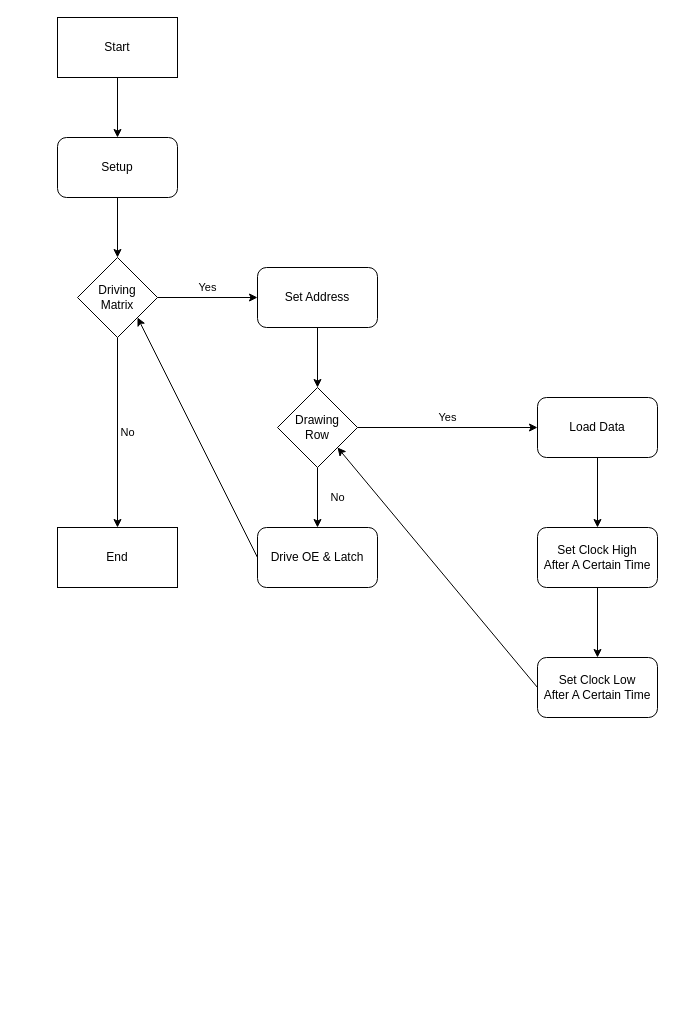
This is page "led_matrix_flowchart" (6 of 7) of doc/led_matrix_controller_design.drawio from Brentem/Led-Matrix-Controller-Brent, a draw.io file, before an edit. Source tidied: cells renumbered, new cells numbered last; positions are measured from the earlier drawing's top-left corner, leaving out a move shared by most shapes. Both pictures are drawn from the tidied source at 100%, with x=0, y=0 at pixel (57, 17).
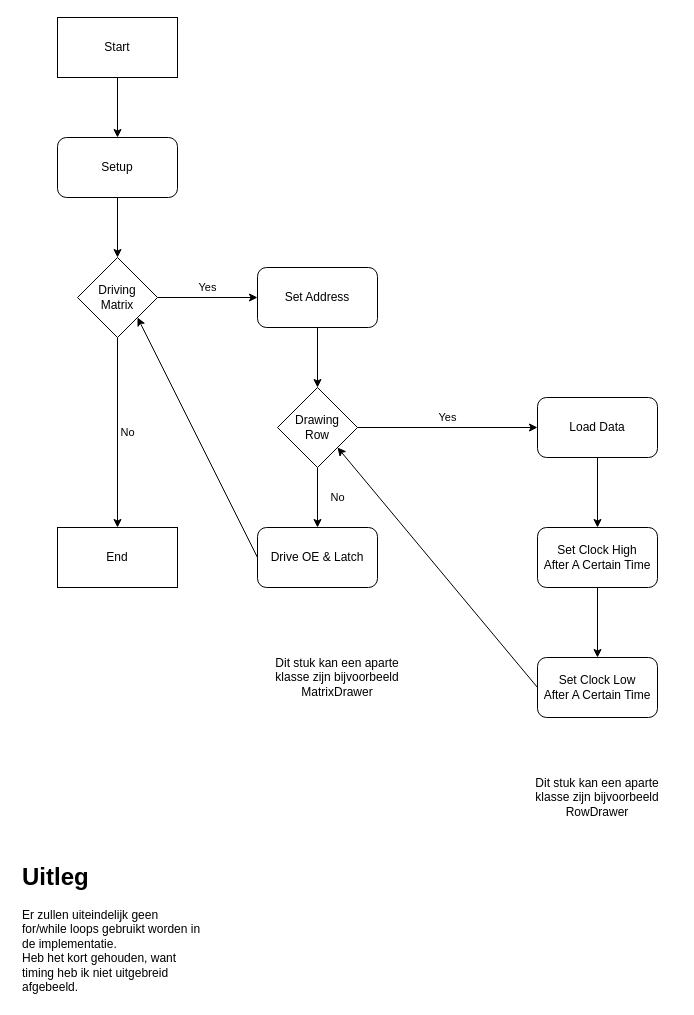
The same diagram, later.

Commit message:
Update flowchart and add class diagram.

What changed in the source:
```diff
@@
+    <mxCell id="23" value="Dit stuk kan een aparte klasse zijn bijvoorbeeld MatrixDrawer" style="text;html=1;strokeColor=none;fillColor=none;align=center;verticalAlign=middle;whiteSpace=wrap;rounded=0;" parent="1" vertex="1">
+      <mxGeometry x="200" y="640" width="160" height="40" as="geometry" />
+    </mxCell>
+    <mxCell id="24" value="Dit stuk kan een aparte klasse zijn bijvoorbeeld RowDrawer" style="text;html=1;strokeColor=none;fillColor=none;align=center;verticalAlign=middle;whiteSpace=wrap;rounded=0;" parent="1" vertex="1">
+      <mxGeometry x="460" y="760" width="160" height="40" as="geometry" />
+    </mxCell>
+    <mxCell id="25" value="&lt;h1&gt;Uitleg&lt;/h1&gt;&lt;div&gt;Er zullen uiteindelijk geen for/while loops gebruikt worden in de implementatie.&lt;/div&gt;&lt;div&gt;Heb het kort gehouden, want timing heb ik niet uitgebreid afgebeeld.&lt;/div&gt;" style="text;html=1;strokeColor=none;fillColor=none;spacing=5;spacingTop=-20;whiteSpace=wrap;overflow=hidden;rounded=0;" parent="1" vertex="1">
+      <mxGeometry x="-40" y="840" width="190" height="140" as="geometry" />
+    </mxCell>
```
